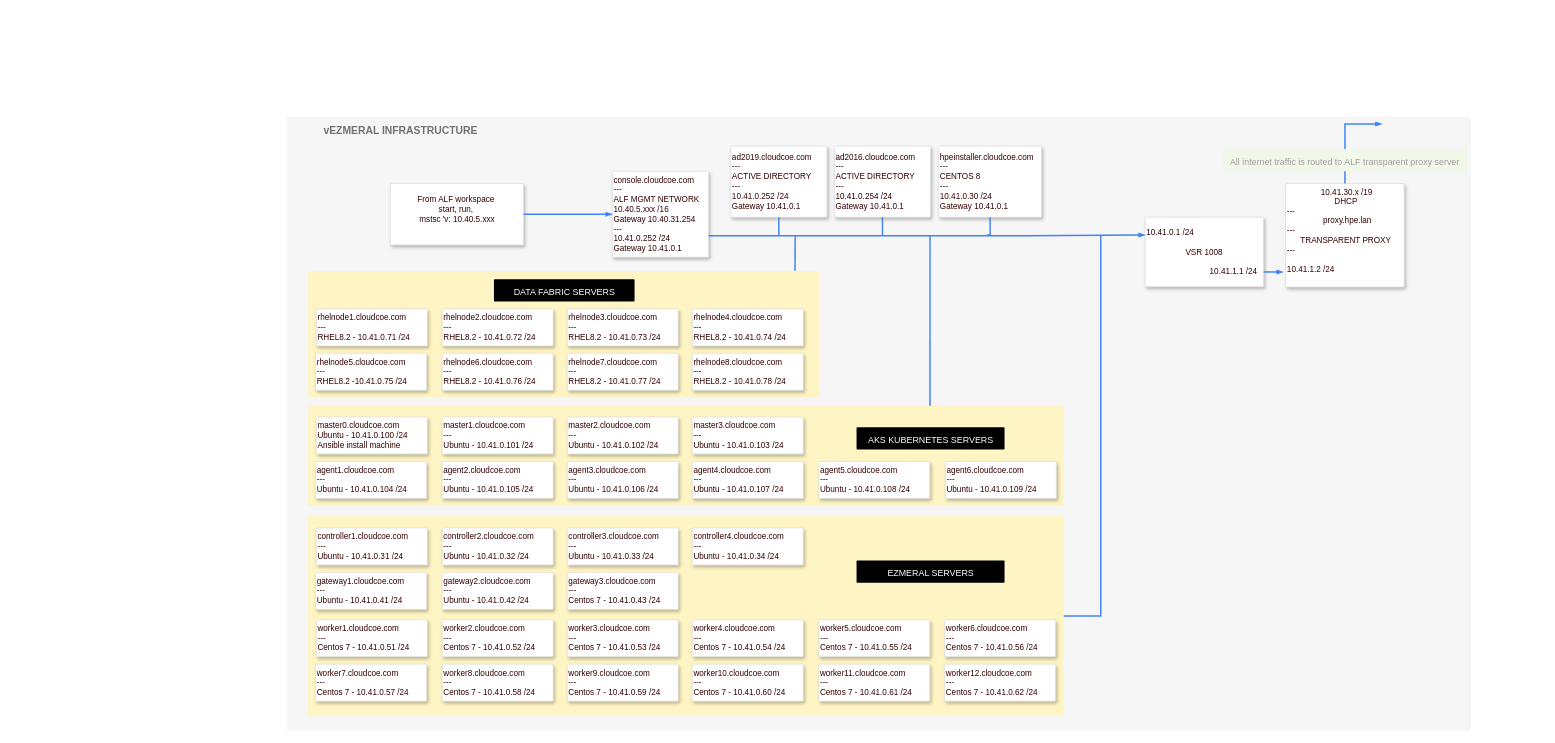
Before: Untitled Diagram.drawio in ajrich2/ajrich2, a draw.io diagram. Source tidied: cells renumbered, new cells numbered last; positions are measured from the earlier drawing's top-left corner, leaving out a move shared by most shapes. Both pictures are drawn from the tidied source at 74%, with x=0, y=0 at pixel (13, 13).
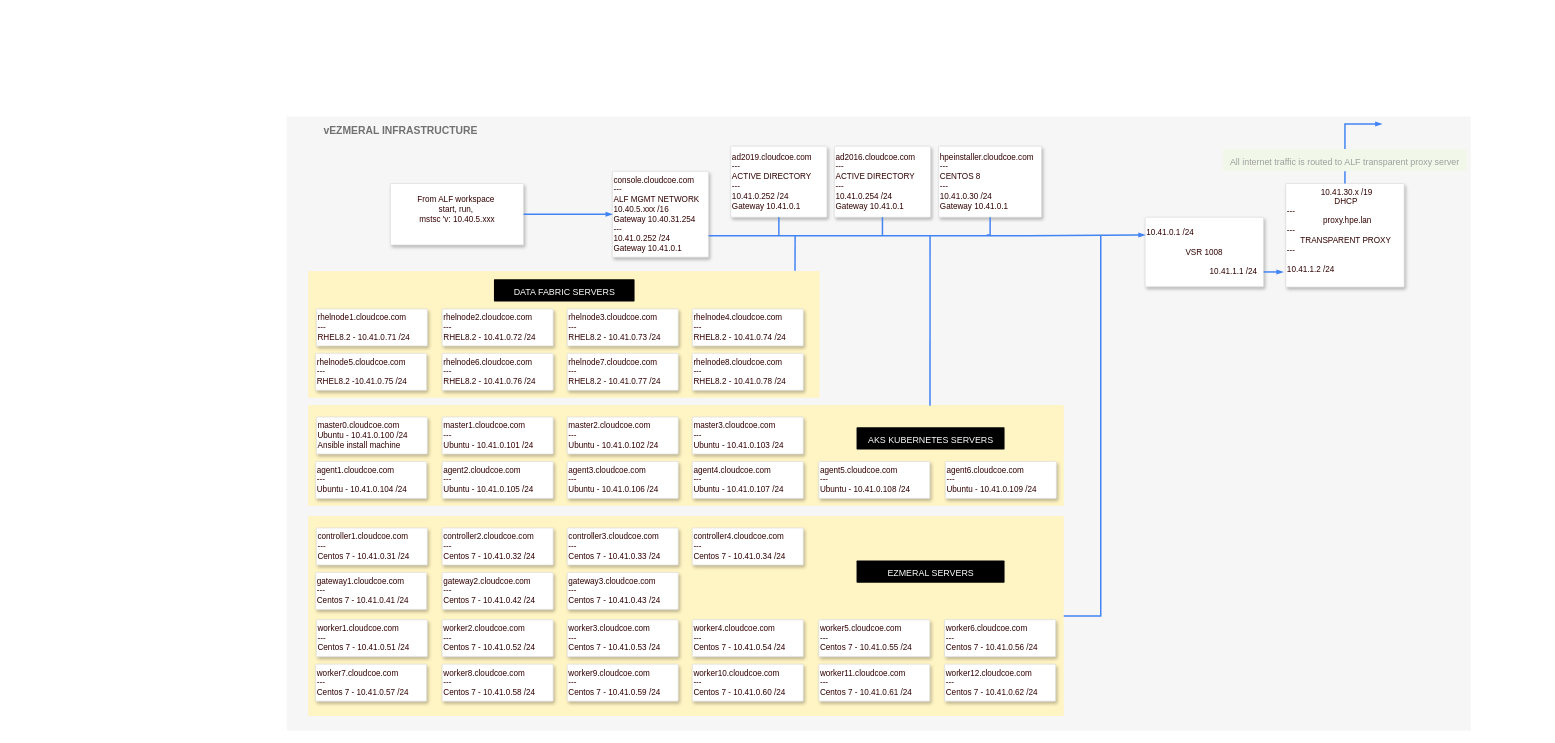
After the change.

Unchanged cells that the change refers to:
```xml
<mxCell id="2" style="group;" parent="1" vertex="1">
  <mxGeometry width="2068" height="970" as="geometry" />
</mxCell>
```

Diff of the diagram source:
```diff
@@
-    <mxCell id="40" value="&lt;div&gt;&lt;font color=&quot;#330000&quot;&gt;controller1.cloudcoe.com&amp;nbsp;&lt;/font&gt;&lt;/div&gt;&lt;div&gt;&lt;font color=&quot;#330000&quot;&gt;---&lt;/font&gt;&lt;/div&gt;&lt;div&gt;&lt;font color=&quot;#330000&quot;&gt;Ubuntu -&amp;nbsp;&lt;/font&gt;&lt;span style=&quot;color: rgb(51 , 0 , 0)&quot;&gt;10.41.0.31 /24&amp;nbsp;&lt;/span&gt;&lt;/div&gt;" style="strokeColor=#dddddd;fillColor=#ffffff;shadow=1;strokeWidth=1;rounded=1;absoluteArcSize=1;arcSize=2;fontSize=11;fontColor=#9E9E9E;align=left;html=1;" parent="2" vertex="1">
+    <mxCell id="40" value="&lt;div&gt;&lt;font color=&quot;#330000&quot;&gt;controller1.cloudcoe.com&amp;nbsp;&lt;/font&gt;&lt;/div&gt;&lt;div&gt;&lt;font color=&quot;#330000&quot;&gt;---&lt;/font&gt;&lt;/div&gt;&lt;div&gt;&lt;font color=&quot;#330000&quot;&gt;Centos 7 -&amp;nbsp;&lt;/font&gt;&lt;span style=&quot;color: rgb(51 , 0 , 0)&quot;&gt;10.41.0.31 /24&amp;nbsp;&lt;/span&gt;&lt;/div&gt;" style="strokeColor=#dddddd;fillColor=#ffffff;shadow=1;strokeWidth=1;rounded=1;absoluteArcSize=1;arcSize=2;fontSize=11;fontColor=#9E9E9E;align=left;html=1;" parent="2" vertex="1">
       <mxGeometry x="410" y="696" width="150" height="50" as="geometry" />
     </mxCell>
-    <mxCell id="41" value="&lt;div&gt;&lt;font color=&quot;#330000&quot;&gt;gateway1.cloudcoe.com&amp;nbsp;&lt;/font&gt;&lt;/div&gt;&lt;div&gt;&lt;font color=&quot;#330000&quot;&gt;---&lt;/font&gt;&lt;/div&gt;&lt;div&gt;&lt;div&gt;&lt;div&gt;&lt;font color=&quot;#330000&quot;&gt;Ubuntu -&amp;nbsp;&lt;/font&gt;&lt;span style=&quot;color: rgb(51 , 0 , 0)&quot;&gt;10.41.0.41 /24&amp;nbsp;&lt;/span&gt;&lt;/div&gt;&lt;/div&gt;&lt;/div&gt;" style="strokeColor=#dddddd;fillColor=#ffffff;shadow=1;strokeWidth=1;rounded=1;absoluteArcSize=1;arcSize=2;fontSize=11;fontColor=#9E9E9E;align=left;html=1;" parent="2" vertex="1">
+    <mxCell id="41" value="&lt;div&gt;&lt;font color=&quot;#330000&quot;&gt;gateway1.cloudcoe.com&amp;nbsp;&lt;/font&gt;&lt;/div&gt;&lt;div&gt;&lt;font color=&quot;#330000&quot;&gt;---&lt;/font&gt;&lt;/div&gt;&lt;div&gt;&lt;div&gt;&lt;div&gt;&lt;font color=&quot;#330000&quot;&gt;Centos 7 -&amp;nbsp;&lt;/font&gt;&lt;span style=&quot;color: rgb(51 , 0 , 0)&quot;&gt;10.41.0.41 /24&amp;nbsp;&lt;/span&gt;&lt;/div&gt;&lt;/div&gt;&lt;/div&gt;" style="strokeColor=#dddddd;fillColor=#ffffff;shadow=1;strokeWidth=1;rounded=1;absoluteArcSize=1;arcSize=2;fontSize=11;fontColor=#9E9E9E;align=left;html=1;" parent="2" vertex="1">
       <mxGeometry x="409" y="756" width="150" height="50" as="geometry" />
     </mxCell>
-    <mxCell id="42" value="&lt;div&gt;&lt;font color=&quot;#330000&quot;&gt;controller4.cloudcoe.com&amp;nbsp;&lt;/font&gt;&lt;/div&gt;&lt;div&gt;&lt;font color=&quot;#330000&quot;&gt;---&lt;/font&gt;&lt;/div&gt;&lt;div&gt;&lt;div&gt;&lt;font color=&quot;#330000&quot;&gt;Ubuntu -&amp;nbsp;&lt;/font&gt;&lt;span style=&quot;color: rgb(51 , 0 , 0)&quot;&gt;10.41.0.34 /24&amp;nbsp;&lt;/span&gt;&lt;br&gt;&lt;/div&gt;&lt;/div&gt;" style="strokeColor=#dddddd;fillColor=#ffffff;shadow=1;strokeWidth=1;rounded=1;absoluteArcSize=1;arcSize=2;fontSize=11;fontColor=#9E9E9E;align=left;html=1;" parent="2" vertex="1">
+    <mxCell id="42" value="&lt;div&gt;&lt;font color=&quot;#330000&quot;&gt;controller4.cloudcoe.com&amp;nbsp;&lt;/font&gt;&lt;/div&gt;&lt;div&gt;&lt;font color=&quot;#330000&quot;&gt;---&lt;/font&gt;&lt;/div&gt;&lt;div&gt;&lt;div&gt;&lt;span style=&quot;color: rgb(51 , 0 , 0)&quot;&gt;Centos 7&lt;/span&gt;&lt;font color=&quot;#330000&quot;&gt;&amp;nbsp;-&amp;nbsp;&lt;/font&gt;&lt;span style=&quot;color: rgb(51 , 0 , 0)&quot;&gt;10.41.0.34 /24&amp;nbsp;&lt;/span&gt;&lt;br&gt;&lt;/div&gt;&lt;/div&gt;" style="strokeColor=#dddddd;fillColor=#ffffff;shadow=1;strokeWidth=1;rounded=1;absoluteArcSize=1;arcSize=2;fontSize=11;fontColor=#9E9E9E;align=left;html=1;" parent="2" vertex="1">
       <mxGeometry x="918" y="696" width="150" height="50" as="geometry" />
     </mxCell>
-    <mxCell id="43" value="&lt;div&gt;&lt;font color=&quot;#330000&quot;&gt;controller2.cloudcoe.com&amp;nbsp;&lt;/font&gt;&lt;/div&gt;&lt;div&gt;&lt;font color=&quot;#330000&quot;&gt;---&lt;/font&gt;&lt;/div&gt;&lt;div&gt;&lt;div&gt;&lt;font color=&quot;#330000&quot;&gt;Ubuntu -&amp;nbsp;&lt;/font&gt;&lt;span style=&quot;color: rgb(51 , 0 , 0)&quot;&gt;10.41.0.32 /24&amp;nbsp;&lt;/span&gt;&lt;br&gt;&lt;/div&gt;&lt;/div&gt;" style="strokeColor=#dddddd;fillColor=#ffffff;shadow=1;strokeWidth=1;rounded=1;absoluteArcSize=1;arcSize=2;fontSize=11;fontColor=#9E9E9E;align=left;html=1;" parent="2" vertex="1">
+    <mxCell id="43" value="&lt;div&gt;&lt;font color=&quot;#330000&quot;&gt;controller2.cloudcoe.com&amp;nbsp;&lt;/font&gt;&lt;/div&gt;&lt;div&gt;&lt;font color=&quot;#330000&quot;&gt;---&lt;/font&gt;&lt;/div&gt;&lt;div&gt;&lt;div&gt;&lt;span style=&quot;color: rgb(51 , 0 , 0)&quot;&gt;Centos 7&lt;/span&gt;&lt;font color=&quot;#330000&quot;&gt;&amp;nbsp;-&amp;nbsp;&lt;/font&gt;&lt;span style=&quot;color: rgb(51 , 0 , 0)&quot;&gt;10.41.0.32 /24&amp;nbsp;&lt;/span&gt;&lt;br&gt;&lt;/div&gt;&lt;/div&gt;" style="strokeColor=#dddddd;fillColor=#ffffff;shadow=1;strokeWidth=1;rounded=1;absoluteArcSize=1;arcSize=2;fontSize=11;fontColor=#9E9E9E;align=left;html=1;" parent="2" vertex="1">
       <mxGeometry x="580" y="696" width="150" height="50" as="geometry" />
     </mxCell>
-    <mxCell id="44" value="&lt;div&gt;&lt;font color=&quot;#330000&quot;&gt;controller3.cloudcoe.com&amp;nbsp;&lt;/font&gt;&lt;/div&gt;&lt;div&gt;&lt;font color=&quot;#330000&quot;&gt;---&lt;/font&gt;&lt;/div&gt;&lt;div&gt;&lt;div&gt;&lt;font color=&quot;#330000&quot;&gt;Ubuntu -&amp;nbsp;&lt;/font&gt;&lt;span style=&quot;color: rgb(51 , 0 , 0)&quot;&gt;10.41.0.33 /24&amp;nbsp;&lt;/span&gt;&lt;br&gt;&lt;/div&gt;&lt;/div&gt;" style="strokeColor=#dddddd;fillColor=#ffffff;shadow=1;strokeWidth=1;rounded=1;absoluteArcSize=1;arcSize=2;fontSize=11;fontColor=#9E9E9E;align=left;html=1;" parent="2" vertex="1">
+    <mxCell id="44" value="&lt;div&gt;&lt;font color=&quot;#330000&quot;&gt;controller3.cloudcoe.com&amp;nbsp;&lt;/font&gt;&lt;/div&gt;&lt;div&gt;&lt;font color=&quot;#330000&quot;&gt;---&lt;/font&gt;&lt;/div&gt;&lt;div&gt;&lt;div&gt;&lt;span style=&quot;color: rgb(51 , 0 , 0)&quot;&gt;Centos 7&lt;/span&gt;&lt;font color=&quot;#330000&quot;&gt;&amp;nbsp;-&amp;nbsp;&lt;/font&gt;&lt;span style=&quot;color: rgb(51 , 0 , 0)&quot;&gt;10.41.0.33 /24&amp;nbsp;&lt;/span&gt;&lt;br&gt;&lt;/div&gt;&lt;/div&gt;" style="strokeColor=#dddddd;fillColor=#ffffff;shadow=1;strokeWidth=1;rounded=1;absoluteArcSize=1;arcSize=2;fontSize=11;fontColor=#9E9E9E;align=left;html=1;" parent="2" vertex="1">
       <mxGeometry x="749" y="696" width="150" height="50" as="geometry" />
     </mxCell>
@@
-    <mxCell id="46" value="&lt;div&gt;&lt;font color=&quot;#330000&quot;&gt;gateway2.cloudcoe.com&amp;nbsp;&lt;/font&gt;&lt;/div&gt;&lt;div&gt;&lt;font color=&quot;#330000&quot;&gt;---&lt;/font&gt;&lt;/div&gt;&lt;div&gt;&lt;div&gt;&lt;div&gt;&lt;font color=&quot;#330000&quot;&gt;Ubuntu -&amp;nbsp;&lt;/font&gt;&lt;span style=&quot;color: rgb(51 , 0 , 0)&quot;&gt;10.41.0.42 /24&amp;nbsp;&lt;/span&gt;&lt;/div&gt;&lt;/div&gt;&lt;/div&gt;" style="strokeColor=#dddddd;fillColor=#ffffff;shadow=1;strokeWidth=1;rounded=1;absoluteArcSize=1;arcSize=2;fontSize=11;fontColor=#9E9E9E;align=left;html=1;" parent="2" vertex="1">
+    <mxCell id="46" value="&lt;div&gt;&lt;font color=&quot;#330000&quot;&gt;gateway2.cloudcoe.com&amp;nbsp;&lt;/font&gt;&lt;/div&gt;&lt;div&gt;&lt;font color=&quot;#330000&quot;&gt;---&lt;/font&gt;&lt;/div&gt;&lt;div&gt;&lt;div&gt;&lt;span style=&quot;color: rgb(51 , 0 , 0)&quot;&gt;Centos 7&lt;/span&gt;&lt;font color=&quot;#330000&quot;&gt;&amp;nbsp;-&amp;nbsp;&lt;/font&gt;&lt;span style=&quot;color: rgb(51 , 0 , 0)&quot;&gt;10.41.0.42 /24&amp;nbsp;&lt;/span&gt;&lt;/div&gt;&lt;/div&gt;" style="strokeColor=#dddddd;fillColor=#ffffff;shadow=1;strokeWidth=1;rounded=1;absoluteArcSize=1;arcSize=2;fontSize=11;fontColor=#9E9E9E;align=left;html=1;" parent="2" vertex="1">
       <mxGeometry x="580" y="756" width="150" height="50" as="geometry" />
     </mxCell>
```
